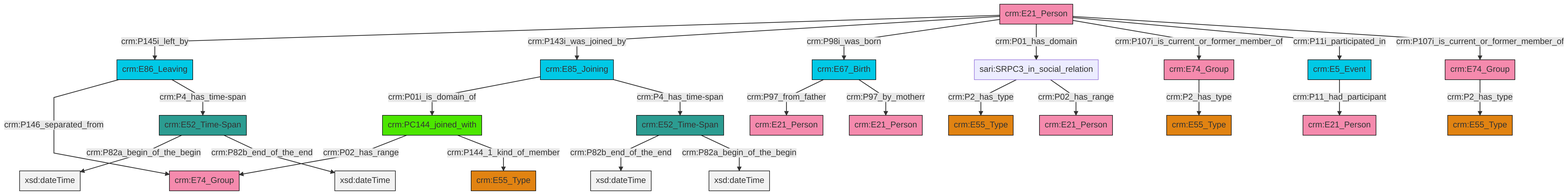
Earlier version of the Mermaid export et/personCSV/ttl/mmd/png/Person_Actor_Relations.png (swiss-art-research-net/docs.swissartresearch). Its source is kept beside it as et/personCSV/ttl/mmd/Person_Actor_Relations.ttl.mmd.
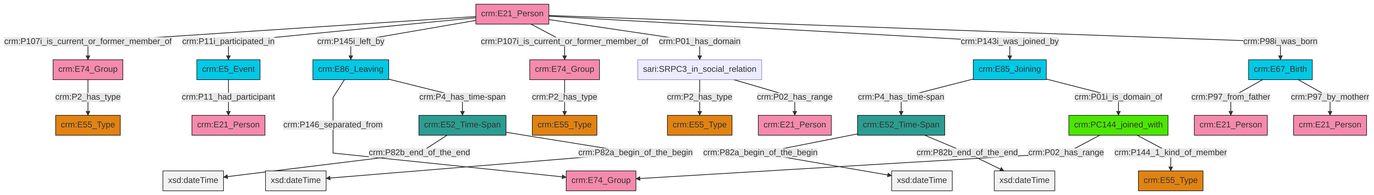
Above is the later version.

The edit, as a diff of the source:
```diff
@@ -13,27 +13,27 @@
 classDef PC_Classes fill:#4ce600, stroke:#000000;
 classDef Multi fill:#cccccc,stroke:#000000;
 
-0["crm:E52_Time-Span"]:::Time-Span -->|crm:P82b_end_of_the_end| 1[xsd:dateTime]:::Literal
-4["crm:E52_Time-Span"]:::Time-Span -->|crm:P82a_begin_of_the_begin| 5[xsd:dateTime]:::Literal
-6["crm:E21_Person"]:::Actor -->|crm:P145i_left_by| 7["crm:E86_Leaving"]:::Temporal_Entity
-6["crm:E21_Person"]:::Actor -->|crm:P143i_was_joined_by| 8["crm:E85_Joining"]:::Temporal_Entity
-9["sari:SRPC3_in_social_relation"]:::Default -->|crm:P2_has_type| 10["crm:E55_Type"]:::Type
-7["crm:E86_Leaving"]:::Temporal_Entity -->|crm:P146_separated_from| 16["crm:E74_Group"]:::Actor
-6["crm:E21_Person"]:::Actor -->|crm:P98i_was_born| 17["crm:E67_Birth"]:::Temporal_Entity
-17["crm:E67_Birth"]:::Temporal_Entity -->|crm:P97_from_father| 20["crm:E21_Person"]:::Actor
-8["crm:E85_Joining"]:::Temporal_Entity -->|crm:P01i_is_domain_of| 21["crm:PC144_joined_with"]:::PC_Classes
-29["crm:E74_Group"]:::Actor -->|crm:P2_has_type| 11["crm:E55_Type"]:::Type
-6["crm:E21_Person"]:::Actor -->|crm:P01_has_domain| 9["sari:SRPC3_in_social_relation"]:::Default
-6["crm:E21_Person"]:::Actor -->|crm:P107i_is_current_or_former_member_of| 29["crm:E74_Group"]:::Actor
-21["crm:PC144_joined_with"]:::PC_Classes -->|crm:P02_has_range| 16["crm:E74_Group"]:::Actor
-4["crm:E52_Time-Span"]:::Time-Span -->|crm:P82b_end_of_the_end| 33[xsd:dateTime]:::Literal
-6["crm:E21_Person"]:::Actor -->|crm:P11i_participated_in| 23["crm:E5_Event"]:::Temporal_Entity
-9["sari:SRPC3_in_social_relation"]:::Default -->|crm:P02_has_range| 27["crm:E21_Person"]:::Actor
-17["crm:E67_Birth"]:::Temporal_Entity -->|crm:P97_by_motherr| 38["crm:E21_Person"]:::Actor
-8["crm:E85_Joining"]:::Temporal_Entity -->|crm:P4_has_time-span| 0["crm:E52_Time-Span"]:::Time-Span
-0["crm:E52_Time-Span"]:::Time-Span -->|crm:P82a_begin_of_the_begin| 40[xsd:dateTime]:::Literal
-2["crm:E74_Group"]:::Actor -->|crm:P2_has_type| 13["crm:E55_Type"]:::Type
-21["crm:PC144_joined_with"]:::PC_Classes -->|crm:P144_1_kind_of_member| 25["crm:E55_Type"]:::Type
-6["crm:E21_Person"]:::Actor -->|crm:P107i_is_current_or_former_member_of| 2["crm:E74_Group"]:::Actor
-23["crm:E5_Event"]:::Temporal_Entity -->|crm:P11_had_participant| 18["crm:E21_Person"]:::Actor
-7["crm:E86_Leaving"]:::Temporal_Entity -->|crm:P4_has_time-span| 4["crm:E52_Time-Span"]:::Time-Span
+2["crm:E85_Joining"]:::Temporal_Entity -->|crm:P4_has_time-span| 3["crm:E52_Time-Span"]:::Time-Span
+4["crm:E67_Birth"]:::Temporal_Entity -->|crm:P97_from_father| 5["crm:E21_Person"]:::Actor
+6["crm:E74_Group"]:::Actor -->|crm:P2_has_type| 7["crm:E55_Type"]:::Type
+8["crm:E21_Person"]:::Actor -->|crm:P107i_is_current_or_former_member_of| 9["crm:E74_Group"]:::Actor
+13["crm:E52_Time-Span"]:::Time-Span -->|crm:P82b_end_of_the_end| 14[xsd:dateTime]:::Literal
+17["sari:SRPC3_in_social_relation"]:::Default -->|crm:P2_has_type| 0["crm:E55_Type"]:::Type
+18["crm:PC144_joined_with"]:::PC_Classes -->|crm:P02_has_range| 19["crm:E74_Group"]:::Actor
+8["crm:E21_Person"]:::Actor -->|crm:P11i_participated_in| 10["crm:E5_Event"]:::Temporal_Entity
+8["crm:E21_Person"]:::Actor -->|crm:P145i_left_by| 20["crm:E86_Leaving"]:::Temporal_Entity
+8["crm:E21_Person"]:::Actor -->|crm:P107i_is_current_or_former_member_of| 6["crm:E74_Group"]:::Actor
+8["crm:E21_Person"]:::Actor -->|crm:P01_has_domain| 17["sari:SRPC3_in_social_relation"]:::Default
+20["crm:E86_Leaving"]:::Temporal_Entity -->|crm:P146_separated_from| 19["crm:E74_Group"]:::Actor
+3["crm:E52_Time-Span"]:::Time-Span -->|crm:P82a_begin_of_the_begin| 23[xsd:dateTime]:::Literal
+13["crm:E52_Time-Span"]:::Time-Span -->|crm:P82a_begin_of_the_begin| 25[xsd:dateTime]:::Literal
+8["crm:E21_Person"]:::Actor -->|crm:P143i_was_joined_by| 2["crm:E85_Joining"]:::Temporal_Entity
+18["crm:PC144_joined_with"]:::PC_Classes -->|crm:P144_1_kind_of_member| 21["crm:E55_Type"]:::Type
+8["crm:E21_Person"]:::Actor -->|crm:P98i_was_born| 4["crm:E67_Birth"]:::Temporal_Entity
+17["sari:SRPC3_in_social_relation"]:::Default -->|crm:P02_has_range| 26["crm:E21_Person"]:::Actor
+10["crm:E5_Event"]:::Temporal_Entity -->|crm:P11_had_participant| 37["crm:E21_Person"]:::Actor
+3["crm:E52_Time-Span"]:::Time-Span -->|crm:P82b_end_of_the_end| 39[xsd:dateTime]:::Literal
+9["crm:E74_Group"]:::Actor -->|crm:P2_has_type| 34["crm:E55_Type"]:::Type
+2["crm:E85_Joining"]:::Temporal_Entity -->|crm:P01i_is_domain_of| 18["crm:PC144_joined_with"]:::PC_Classes
+4["crm:E67_Birth"]:::Temporal_Entity -->|crm:P97_by_motherr| 31["crm:E21_Person"]:::Actor
+20["crm:E86_Leaving"]:::Temporal_Entity -->|crm:P4_has_time-span| 13["crm:E52_Time-Span"]:::Time-Span
```
